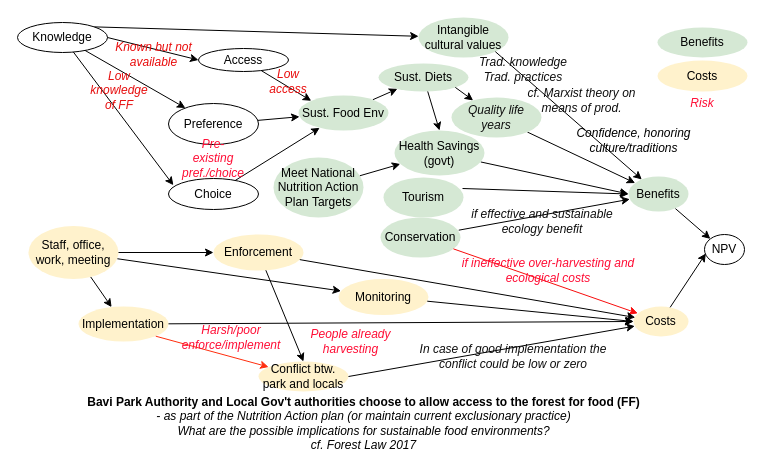
Above: Untitled Diagram.drawio in CWWhitney/bavi-forest-access (draw.io), before the change. Source tidied: cells renumbered, new cells numbered last; positions are measured from the earlier drawing's top-left corner, leaving out a move shared by most shapes. Both pictures are drawn from the tidied source at 100%, with x=0, y=0 at pixel (17, 17).
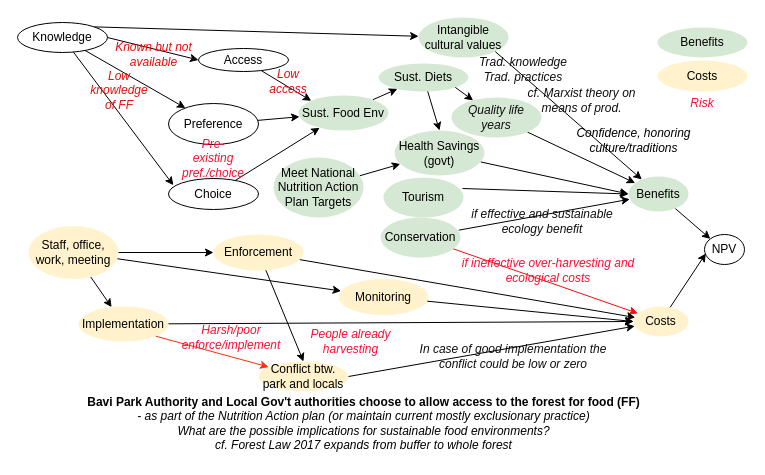
The same page after the edit.

What changed in the source:
```diff
@@
-    <mxCell id="30" value="&lt;b&gt;Bavi Park Authority and Local Gov't authorities choose to allow access to the forest for food (FF) &lt;/b&gt;&lt;br&gt;&lt;i style=&quot;&quot;&gt;- as part of the Nutrition Action plan (or maintain current exclusionary practice)&lt;/i&gt;&lt;div&gt;&lt;i&gt;What are the possible implications for sustainable food environments?&lt;/i&gt;&lt;/div&gt;&lt;div&gt;&lt;i&gt;cf. Forest Law 2017&lt;/i&gt;&lt;/div&gt;" style="text;html=1;align=center;verticalAlign=middle;strokeColor=none;fillColor=none;" parent="1" vertex="1">
+    <mxCell id="30" value="&lt;b&gt;Bavi Park Authority and Local Gov't authorities choose to allow access to the forest for food (FF) &lt;/b&gt;&lt;br&gt;&lt;i style=&quot;&quot;&gt;- as part of the Nutrition Action plan (or maintain current mostly exclusionary practice)&lt;/i&gt;&lt;div&gt;&lt;i&gt;What are the possible implications for sustainable food environments?&lt;/i&gt;&lt;/div&gt;&lt;div&gt;&lt;i&gt;cf. Forest Law 2017 expands from buffer to whole forest&lt;/i&gt;&lt;/div&gt;" style="text;html=1;align=center;verticalAlign=middle;strokeColor=none;fillColor=none;" parent="1" vertex="1">
       <mxGeometry x="56" y="371" width="580" height="70" as="geometry" />
     </mxCell>
```
